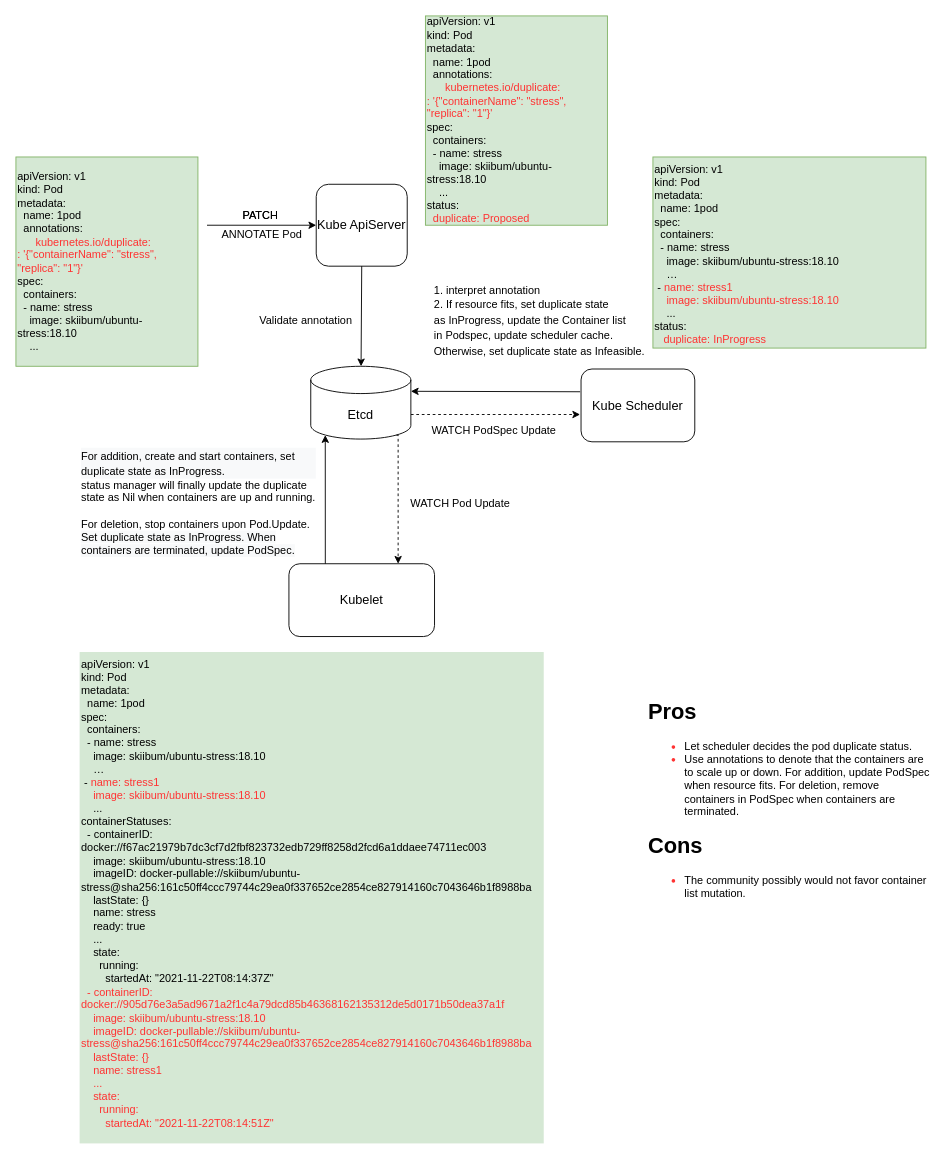
Earlier version of the draw.io diagram page "option2:annotation" (2 of 4) of Untitled Diagram.drawio (ichbinblau/OTC_Work_Log). Source tidied: cells renumbered, new cells numbered last; positions are measured from the earlier drawing's top-left corner, leaving out a move shared by most shapes. Both pictures are drawn from the tidied source at 91%, with x=0, y=0 at pixel (15, 15).
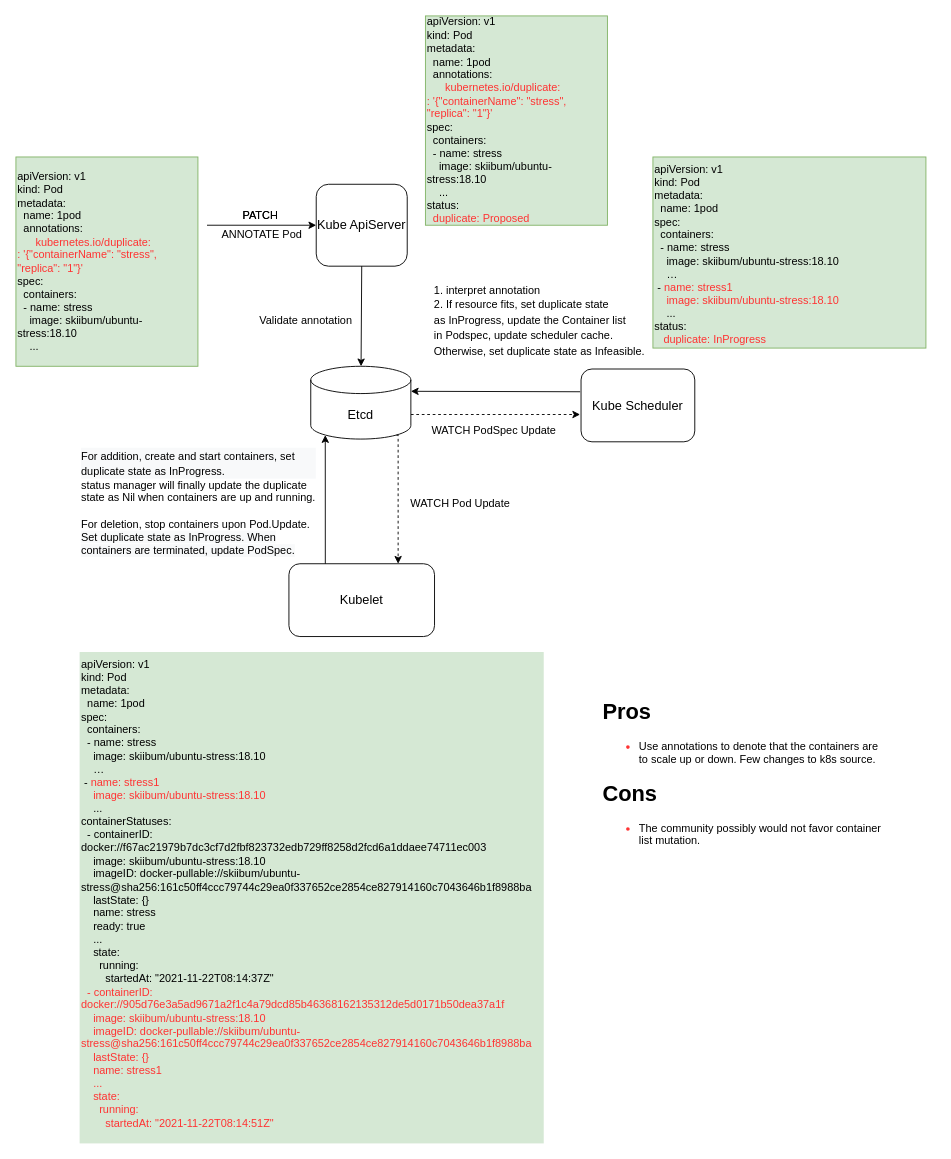
After the change.

The edit, as a diff of the source:
```diff
@@
-    <mxCell id="20" value="&lt;h1&gt;&lt;font color=&quot;#000000&quot;&gt;Pros&lt;/font&gt;&lt;/h1&gt;&lt;p&gt;&lt;/p&gt;&lt;ul&gt;&lt;li&gt;&lt;font color=&quot;#000000&quot;&gt;Let scheduler decides&amp;nbsp;the pod duplicate status.&amp;nbsp;&lt;/font&gt;&lt;/li&gt;&lt;li&gt;&lt;font color=&quot;#000000&quot;&gt;Use annotations to denote that the containers are to scale up or down. For addition, update PodSpec when resource fits. For deletion, remove containers in PodSpec when containers are terminated.&amp;nbsp;&amp;nbsp;&lt;/font&gt;&lt;/li&gt;&lt;/ul&gt;&lt;p&gt;&lt;/p&gt;&lt;h1&gt;&lt;font color=&quot;#000000&quot;&gt;Cons&lt;/font&gt;&lt;/h1&gt;&lt;p&gt;&lt;/p&gt;&lt;ul&gt;&lt;li&gt;&lt;font color=&quot;#000000&quot;&gt;The community possibly would not favor container list mutation.&amp;nbsp;&lt;/font&gt;&lt;/li&gt;&lt;/ul&gt;&lt;p&gt;&lt;/p&gt;" style="text;html=1;strokeColor=none;fillColor=none;spacing=5;spacingTop=-20;whiteSpace=wrap;overflow=hidden;rounded=0;fontFamily=Helvetica;fontSize=12;fontColor=#FF3333;align=left;" parent="1" vertex="1">
-      <mxGeometry x="690" y="745" width="320" height="280" as="geometry" />
+    <mxCell id="20" value="&lt;h1&gt;&lt;font color=&quot;#000000&quot;&gt;Pros&lt;/font&gt;&lt;/h1&gt;&lt;p&gt;&lt;/p&gt;&lt;ul&gt;&lt;li&gt;&lt;span style=&quot;color: rgb(0 , 0 , 0)&quot;&gt;Use annotations to denote that the containers are to scale up or down. Few changes to k8s source.&lt;/span&gt;&lt;br&gt;&lt;/li&gt;&lt;/ul&gt;&lt;p&gt;&lt;/p&gt;&lt;h1&gt;&lt;font color=&quot;#000000&quot;&gt;Cons&lt;/font&gt;&lt;/h1&gt;&lt;p&gt;&lt;/p&gt;&lt;ul&gt;&lt;li&gt;&lt;font color=&quot;#000000&quot;&gt;The community possibly would not favor container list mutation.&amp;nbsp;&lt;/font&gt;&lt;/li&gt;&lt;/ul&gt;&lt;p&gt;&lt;/p&gt;" style="text;html=1;strokeColor=none;fillColor=none;spacing=5;spacingTop=-20;whiteSpace=wrap;overflow=hidden;rounded=0;fontFamily=Helvetica;fontSize=12;fontColor=#FF3333;align=left;" parent="1" vertex="1">
+      <mxGeometry x="640" y="745" width="320" height="200" as="geometry" />
     </mxCell>
```
